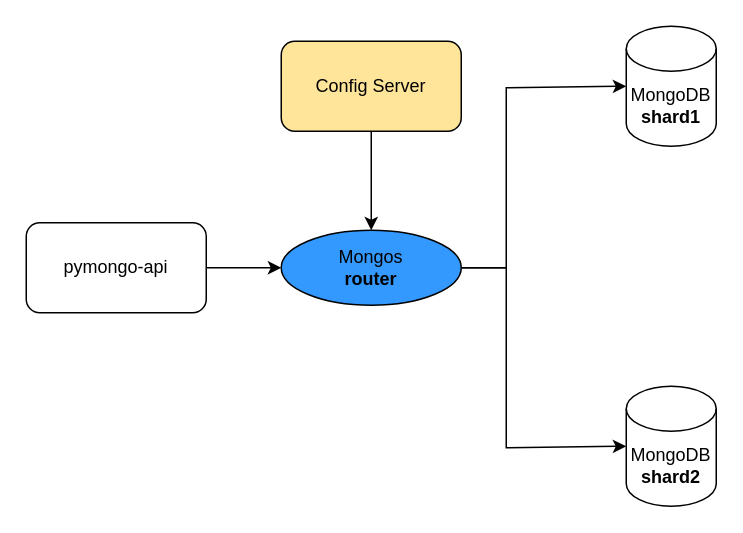
The draw.io diagram task1_1.drawio in kihana/architecture-sprint-2, before the edit. Source tidied: cells renumbered, new cells numbered last; positions are measured from the earlier drawing's top-left corner, leaving out a move shared by most shapes. Both pictures are drawn from the tidied source at 150%, with x=0, y=0 at pixel (26, 26).
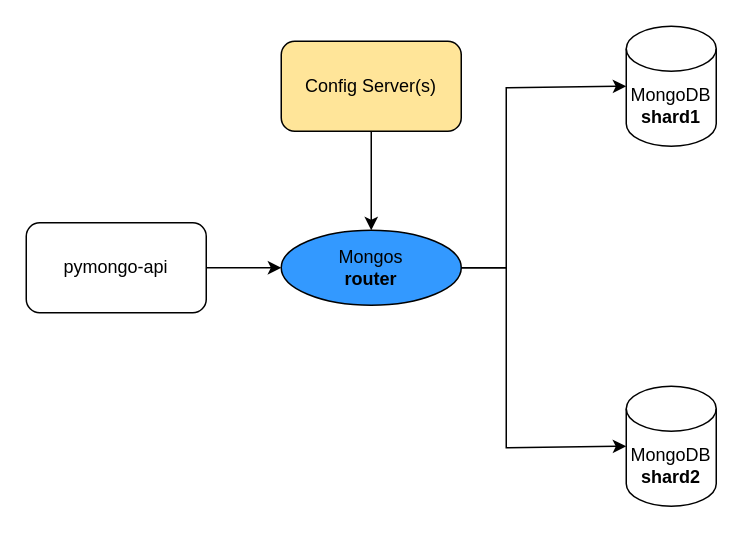
The same diagram, later.

Commit message:
Fixed label for mongodb config server block in task1.1

The edit, as a diff of the source:
```diff
@@
 <mxGraphModel>
   <root>
     <mxCell id="0" />
     <mxCell id="1" parent="0" />
     <mxCell id="2" value="&lt;div&gt;MongoDB&lt;/div&gt;&lt;div&gt;&lt;b&gt;shard1&lt;/b&gt;&lt;br&gt;&lt;/div&gt;" style="shape=cylinder3;whiteSpace=wrap;html=1;boundedLbl=1;backgroundOutline=1;size=15;" parent="1" vertex="1">
       <mxGeometry x="400" width="60" height="80" as="geometry" />
     </mxCell>
     <mxCell id="3" value="pymongo-api" style="rounded=1;whiteSpace=wrap;html=1;" parent="1" vertex="1">
       <mxGeometry y="131" width="120" height="60" as="geometry" />
     </mxCell>
     <mxCell id="4" style="edgeStyle=orthogonalEdgeStyle;rounded=0;jettySize=auto;html=1;exitX=1;exitY=0.5;exitDx=0;exitDy=0;entryX=0;entryY=0.5;entryDx=0;entryDy=0;" parent="1" edge="1" source="3" target="6">
       <mxGeometry relative="1" as="geometry" />
     </mxCell>
     <mxCell id="5" value="&lt;div&gt;MongoDB&lt;/div&gt;&lt;div&gt;&lt;b&gt;shard2&lt;/b&gt;&lt;br&gt;&lt;/div&gt;" style="shape=cylinder3;whiteSpace=wrap;html=1;boundedLbl=1;backgroundOutline=1;size=15;" parent="1" vertex="1">
       <mxGeometry x="400" y="240" width="60" height="80" as="geometry" />
     </mxCell>
     <mxCell id="6" value="&lt;div&gt;Mongos&lt;/div&gt;&lt;div&gt;&lt;b&gt;router&lt;/b&gt;&lt;br&gt;&lt;/div&gt;" style="ellipse;whiteSpace=wrap;html=1;fillColor=#3399FF;" parent="1" vertex="1">
       <mxGeometry x="170" y="136" width="120" height="50" as="geometry" />
     </mxCell>
     <mxCell id="7" style="endArrow=classic;html=1;rounded=0;exitX=1;exitY=0.5;exitDx=0;exitDy=0;entryX=0;entryY=0.5;entryDx=0;entryDy=0;entryPerimeter=0;" parent="1" edge="1" source="6" target="2">
       <mxGeometry relative="1" as="geometry">
         <Array as="points">
           <mxPoint x="320" y="161" />
           <mxPoint x="320" y="81" />
           <mxPoint x="320" y="41" />
         </Array>
       </mxGeometry>
     </mxCell>
     <mxCell id="8" style="endArrow=classic;html=1;rounded=0;entryX=0;entryY=0.5;entryDx=0;entryDy=0;entryPerimeter=0;exitX=1;exitY=0.5;exitDx=0;exitDy=0;" parent="1" edge="1" source="6" target="5">
       <mxGeometry relative="1" as="geometry">
         <Array as="points">
           <mxPoint x="320" y="161" />
           <mxPoint x="320" y="281" />
         </Array>
       </mxGeometry>
     </mxCell>
-    <mxCell id="9" value="Config Server" style="rounded=1;whiteSpace=wrap;html=1;fillColor=#FFE599;" parent="1" vertex="1">
+    <mxCell id="9" value="Config Server(s)" style="rounded=1;whiteSpace=wrap;html=1;fillColor=#FFE599;" parent="1" vertex="1">
       <mxGeometry x="170" y="10" width="120" height="60" as="geometry" />
     </mxCell>
     <mxCell id="10" style="endArrow=classic;html=1;rounded=0;exitX=0.5;exitY=1;exitDx=0;exitDy=0;entryX=0.5;entryY=0;entryDx=0;entryDy=0;" parent="1" edge="1" source="9" target="6">
       <mxGeometry relative="1" as="geometry" />
     </mxCell>
   </root>
 </mxGraphModel>
```
